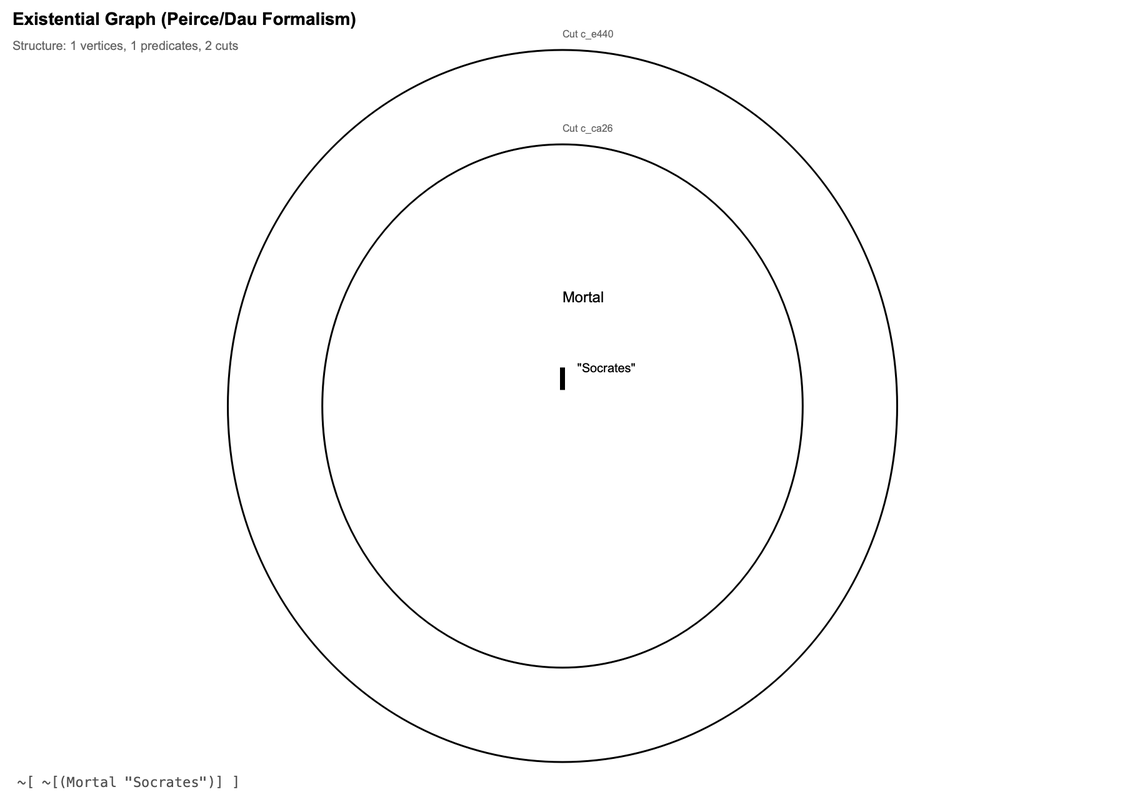
Above: reports/sanity_egif_dot/double_cut.png in mijahauan/Arisbe (Graphviz), before the change. Its source is kept beside it as reports/sanity_egif_dot/double_cut.dot. The source it was exported from:
```dot
graph EG {
    graph [clusterrank=local, compound=true, newrank=true, rankdir=TB,
           overlap=false, splines=true, concentrate=false];

    node [shape=circle, width=0.4, height=0.4, fixedsize=true,
          fontsize=10, margin=0.2];
    edge [arrowhead=none, len=3.5, minlen=2.5, weight=1.0];

    nodesep=1.2;        // Compact node separation
    ranksep=1.0;        // Compact rank separation
    margin=1.5;         // Keep graph margin modest
    pad="1.5,1.5";      // Keep padding modest
    sep="+8";           // Compact minimum separation


  node [shape=circle, style=filled, fillcolor=lightblue, fontsize=10];
  edge [fontsize=9, labeldistance=1.5, labelangle=0];

  subgraph cluster_c_e44079ad {
    label="Cut c_e44079";
    style=rounded;
    color=black;
    penwidth=1.5;
    margin=16.00;  // Padding around cut contents
    labelloc=top;
    fontsize=8;
    clusterrank=local;  // Layout this cluster separately

    subgraph cluster_c_ca264211 {
      label="Cut c_ca2642";
      style=rounded;
      color=black;
      penwidth=1.5;
      margin=16.00;  // Padding around cut contents
      labelloc=top;
      fontsize=8;
      clusterrank=local;  // Layout this cluster separately

      v_06b5158a [label="", width=0.84, height=0.65, fixedsize=true];
      e_ffc3ad2b [label="Mortal", shape=box, fillcolor=lightyellow, width=1.70, height=0.60, fixedsize=true];
    }

  }

  v_06b5158a -- e_ffc3ad2b [style=bold, penwidth=2, lhead=cluster_c_ca264211, ltail=cluster_c_ca264211];

}
```
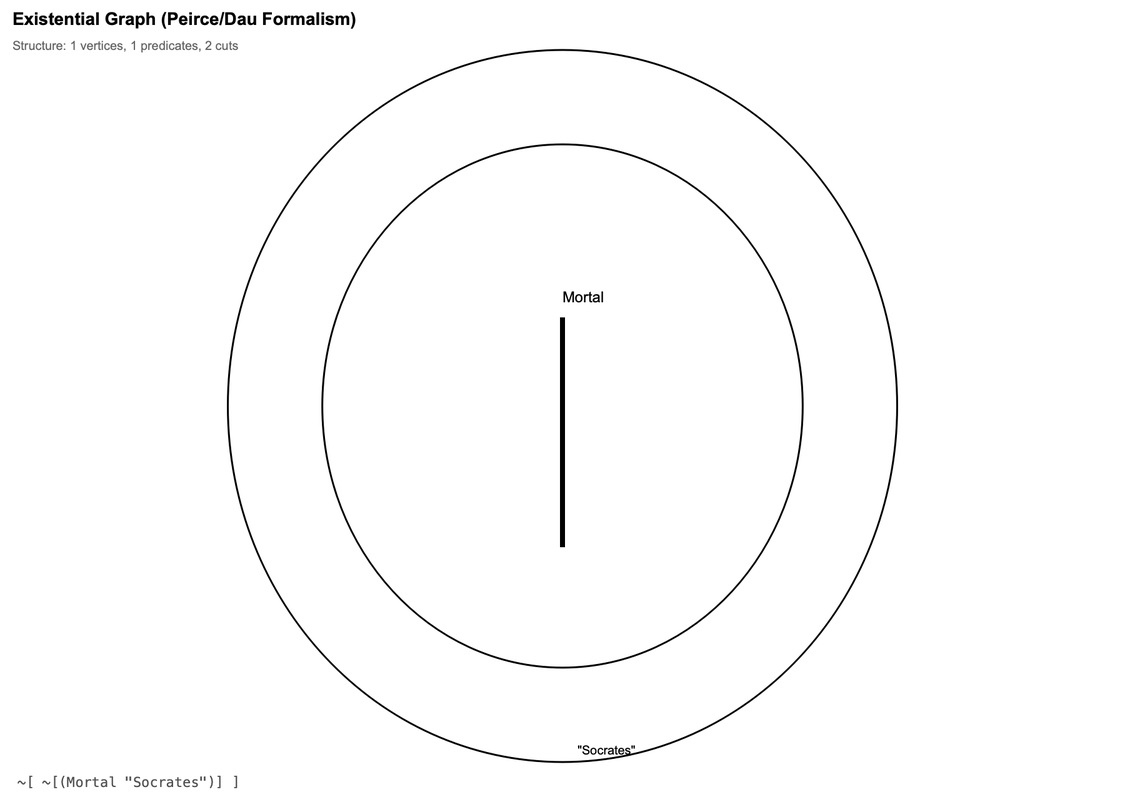
After the change.

What changed in the source:
```diff
@@ -16,8 +16,8 @@
   node [shape=circle, style=filled, fillcolor=lightblue, fontsize=10];
   edge [fontsize=9, labeldistance=1.5, labelangle=0];
 
-  subgraph cluster_c_e44079ad {
-    label="Cut c_e44079";
+  subgraph cluster_c_ea00af4e {
+    label="Cut c_ea00af";
     style=rounded;
     color=black;
     penwidth=1.5;
@@ -26,8 +26,8 @@
     fontsize=8;
     clusterrank=local;  // Layout this cluster separately
 
-    subgraph cluster_c_ca264211 {
-      label="Cut c_ca2642";
+    subgraph cluster_c_1852eb55 {
+      label="Cut c_1852eb";
       style=rounded;
       color=black;
       penwidth=1.5;
@@ -36,12 +36,12 @@
       fontsize=8;
       clusterrank=local;  // Layout this cluster separately
 
-      v_06b5158a [label="", width=0.84, height=0.65, fixedsize=true];
-      e_ffc3ad2b [label="Mortal", shape=box, fillcolor=lightyellow, width=1.70, height=0.60, fixedsize=true];
+      v_98eb4652 [label="", width=0.84, height=0.65, fixedsize=true];
+      e_3c693f6c [label="Mortal", shape=box, fillcolor=lightyellow, width=1.70, height=0.60, fixedsize=true];
     }
 
   }
 
-  v_06b5158a -- e_ffc3ad2b [style=bold, penwidth=2, lhead=cluster_c_ca264211, ltail=cluster_c_ca264211];
+  v_98eb4652 -- e_3c693f6c [style=bold, penwidth=2, lhead=cluster_c_1852eb55, ltail=cluster_c_1852eb55];
 
 }
```
